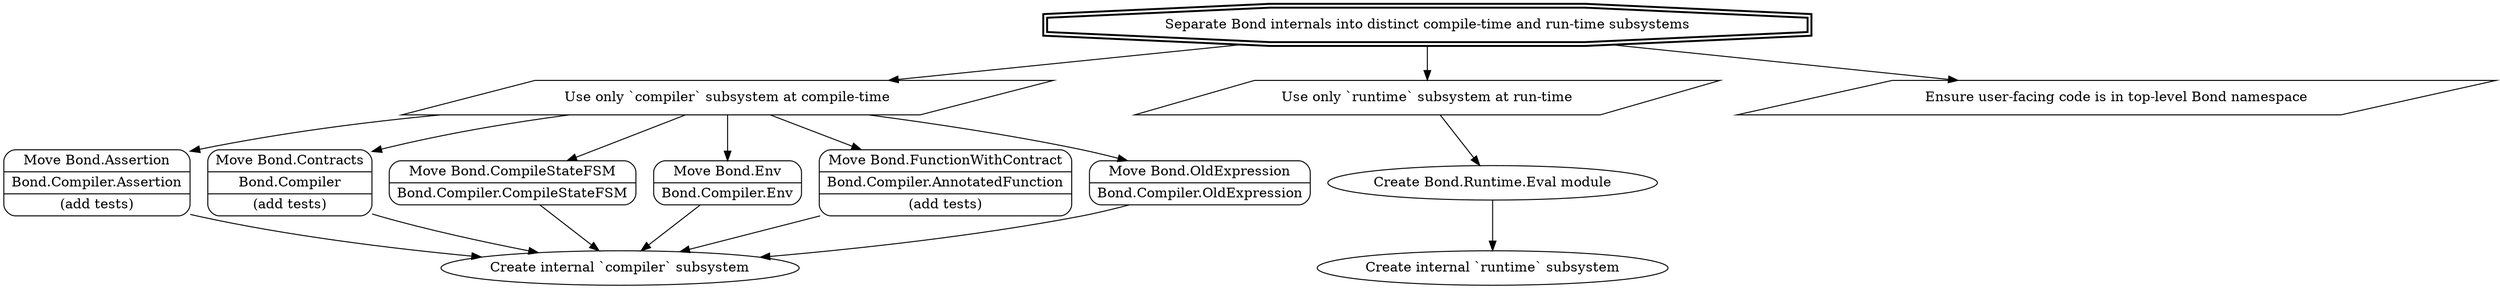
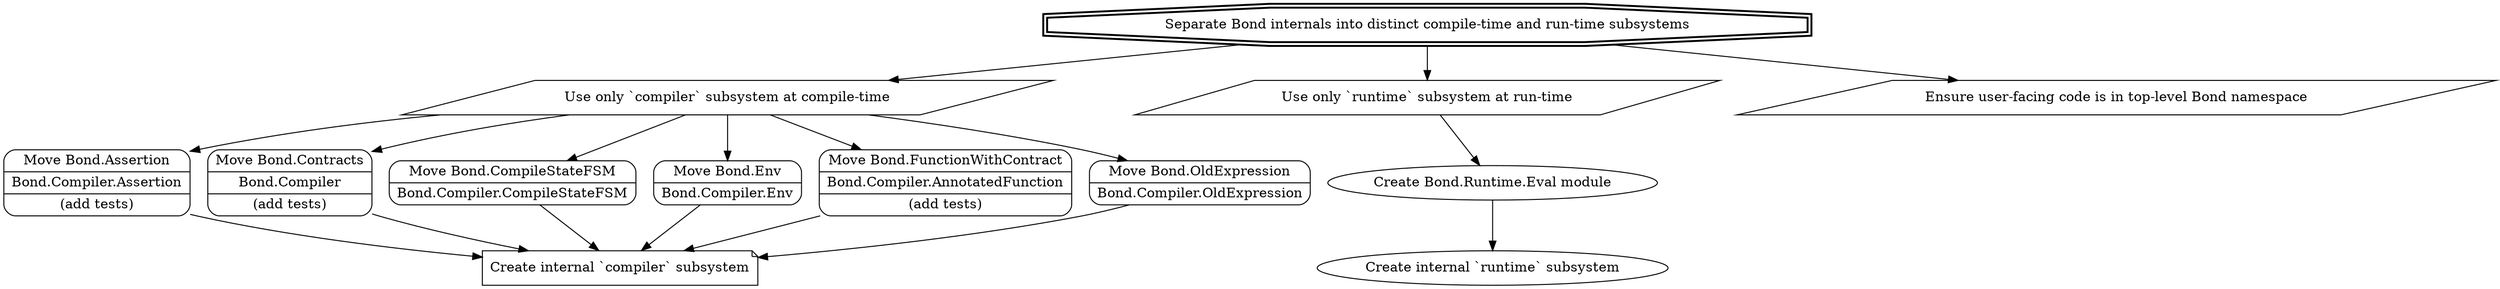
digraph {
  goal [label="Separate Bond internals into distinct compile-time and run-time subsystems", style=bold, shape=doubleoctagon]
-   compiler_subsystem [label="Create internal `compiler` subsystem", fillcolor="green"]
+   compiler_subsystem [label="Create internal `compiler` subsystem", shape=note]
  runtime_subsystem [label="Create internal `runtime` subsystem"]

  compile_time [label="Use only `compiler` subsystem at compile-time", shape=parallelogram]
  run_time [label="Use only `runtime` subsystem at run-time", shape=parallelogram]
  user_code [label="Ensure user-facing code is in top-level Bond namespace", shape=parallelogram]
  create_bond_eval [label="Create Bond.Runtime.Eval module"]
  move_assertion [shape=Mrecord, label="{Move Bond.Assertion|Bond.Compiler.Assertion|(add tests)}"]
  move_contracts [shape=Mrecord, label="{Move Bond.Contracts|Bond.Compiler|(add tests)}"]
  move_compiler_fsm [shape=Mrecord, label="{Move Bond.CompileStateFSM|Bond.Compiler.CompileStateFSM}"]
  move_env [shape=Mrecord, label="{Move Bond.Env|Bond.Compiler.Env}"]
  move_function_with_contract [shape=Mrecord, label="{Move Bond.FunctionWithContract|Bond.Compiler.AnnotatedFunction|(add tests)}"]
  move_old_expression [shape=Mrecord, label="{Move Bond.OldExpression|Bond.Compiler.OldExpression}"]
  // create_annotated_function [label="Create Bond.Compiler.AnnotatedFunction"]
  // annotated_function_struct [label="Add struct to AnnotatedFunction"]
  // annotated_function_multi_clause [label="AnnotatedFunction represents all clauses of a function"]
  // replace_function_with_contract_with_annotated_function [label="Replace FunctionWithContract with AnnotatedFunction"]

-   goal -> compile_time -> {move_assertion move_contracts move_compiler_fsm move_env move_function_with_contract move_old_expression} -> compiler_subsystem
+   goal -> compile_time -> {move_assertion move_compiler_fsm move_contracts move_env move_function_with_contract move_old_expression} -> compiler_subsystem
  // goal -> replace_function_with_contract_with_annotated_function -> annotated_function_multi_clause -> annotated_function_struct -> create_annotated_function -> compiler
  goal -> run_time -> create_bond_eval -> runtime_subsystem
  goal -> user_code
}
